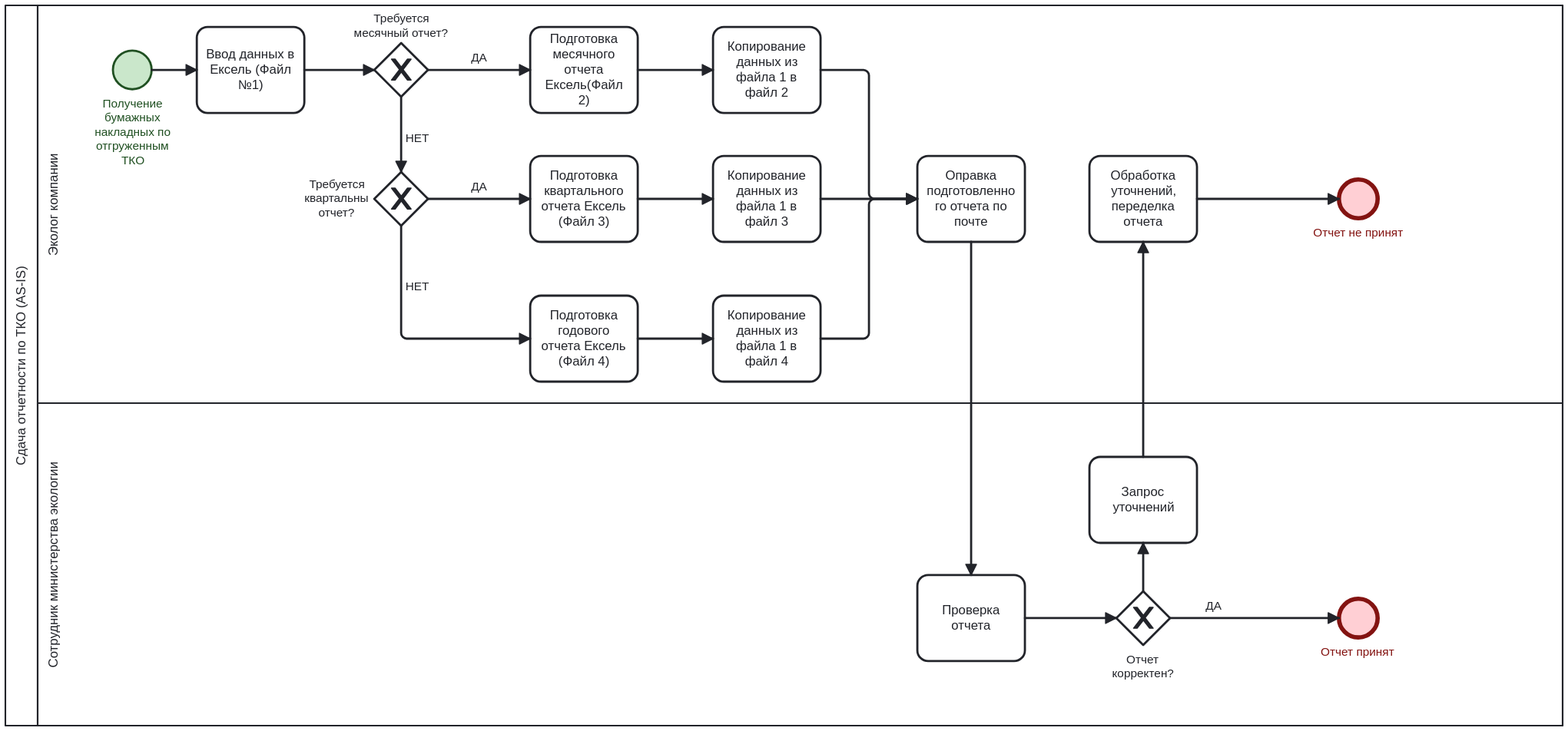
This is doc/Схема процесса AS-IS.svg from Vil1983/vanessa-TKO, a BPMN export, as it was before one commit. Its source is kept beside it as doc/Схема процесса AS-IS.bpmn. Ids are renumbered. Its diagram source:
```xml
<definitions xmlns="http://www.omg.org/spec/BPMN/20100524/MODEL" xmlns:bpmndi="http://www.omg.org/spec/BPMN/20100524/DI" xmlns:omgdi="http://www.omg.org/spec/DD/20100524/DI" xmlns:omgdc="http://www.omg.org/spec/DD/20100524/DC" xmlns:xsi="http://www.w3.org/2001/XMLSchema-instance" xmlns:bioc="http://bpmn.io/schema/bpmn/biocolor/1.0" xmlns:color="http://www.omg.org/spec/BPMN/non-normative/color/1.0" id="sid-38422fae-e03e-43a3-bef4-bd33b32041b2" targetNamespace="http://bpmn.io/bpmn" exporter="bpmn-js (https://demo.bpmn.io)" exporterVersion="18.6.1">
  <collaboration id="Collaboration_n1">
    <participant id="Participant_n2" name="Сдача отчетности по ТКО (AS-IS)" processRef="Process_1" />
  </collaboration>
  <process id="Process_1" isExecutable="false">
    <laneSet id="LaneSet_n3">
      <lane id="Lane_n4" name="Эколог компании">
        <flowNodeRef>StartEvent_n5</flowNodeRef>
        <flowNodeRef>Task_n6</flowNodeRef>
        <flowNodeRef>ExclusiveGateway_n7</flowNodeRef>
        <flowNodeRef>Activity_n8</flowNodeRef>
        <flowNodeRef>Gateway_n9</flowNodeRef>
        <flowNodeRef>Activity_n10</flowNodeRef>
        <flowNodeRef>Activity_n11</flowNodeRef>
        <flowNodeRef>Activity_n12</flowNodeRef>
        <flowNodeRef>Activity_n13</flowNodeRef>
        <flowNodeRef>Activity_n14</flowNodeRef>
        <flowNodeRef>Activity_n15</flowNodeRef>
        <flowNodeRef>Activity_n16</flowNodeRef>
        <flowNodeRef>Event_n17</flowNodeRef>
      </lane>
      <lane id="Lane_n18" name="Сотрудник министерства экологии">
        <flowNodeRef>Gateway_n19</flowNodeRef>
        <flowNodeRef>Activity_n20</flowNodeRef>
        <flowNodeRef>Activity_n21</flowNodeRef>
        <flowNodeRef>Event_n22</flowNodeRef>
      </lane>
    </laneSet>
    <startEvent id="StartEvent_n5" name="Получение бумажных накладных по отгруженным ТКО">
      <outgoing>SequenceFlow_n23</outgoing>
    </startEvent>
    <task id="Task_n6" name="Ввод данных в Ексель (Файл №1)">
      <incoming>SequenceFlow_n23</incoming>
      <outgoing>SequenceFlow_n24</outgoing>
    </task>
    <exclusiveGateway id="ExclusiveGateway_n7" name="Требуется месячный отчет?">
      <incoming>SequenceFlow_n24</incoming>
      <outgoing>Flow_n25</outgoing>
      <outgoing>Flow_n26</outgoing>
    </exclusiveGateway>
    <sequenceFlow id="SequenceFlow_n23" sourceRef="StartEvent_n5" targetRef="Task_n6" />
    <sequenceFlow id="SequenceFlow_n24" sourceRef="Task_n6" targetRef="ExclusiveGateway_n7" />
    <task id="Activity_n8" name="Подготовка месячного отчета Ексель(Файл 2)">
      <incoming>Flow_n25</incoming>
      <outgoing>Flow_n27</outgoing>
    </task>
    <sequenceFlow id="Flow_n25" name="ДА" sourceRef="ExclusiveGateway_n7" targetRef="Activity_n8" />
    <exclusiveGateway id="Gateway_n9" name="Требуется квартальны отчет?">
      <incoming>Flow_n26</incoming>
      <outgoing>Flow_n28</outgoing>
      <outgoing>Flow_n29</outgoing>
    </exclusiveGateway>
    <sequenceFlow id="Flow_n26" name="НЕТ" sourceRef="ExclusiveGateway_n7" targetRef="Gateway_n9" />
    <sequenceFlow id="Flow_n28" name="ДА" sourceRef="Gateway_n9" targetRef="Activity_n10" />
    <task id="Activity_n10" name="Подготовка квартального отчета Ексель (Файл 3)">
      <incoming>Flow_n28</incoming>
      <outgoing>Flow_n30</outgoing>
    </task>
    <task id="Activity_n11" name="Подготовка годового отчета Ексель (Файл 4)">
      <incoming>Flow_n29</incoming>
      <outgoing>Flow_n31</outgoing>
    </task>
    <sequenceFlow id="Flow_n29" name="НЕТ" sourceRef="Gateway_n9" targetRef="Activity_n11" />
    <task id="Activity_n12" name="Копирование данных из файла 1 в файл 2">
      <incoming>Flow_n27</incoming>
      <outgoing>Flow_n32</outgoing>
    </task>
    <task id="Activity_n13" name="Копирование данных из файла 1 в файл 3">
      <incoming>Flow_n30</incoming>
      <outgoing>Flow_n33</outgoing>
    </task>
    <task id="Activity_n14" name="Копирование данных из файла 1 в файл 4">
      <incoming>Flow_n31</incoming>
      <outgoing>Flow_n34</outgoing>
    </task>
    <sequenceFlow id="Flow_n31" sourceRef="Activity_n11" targetRef="Activity_n14" />
    <sequenceFlow id="Flow_n30" sourceRef="Activity_n10" targetRef="Activity_n13" />
    <sequenceFlow id="Flow_n27" sourceRef="Activity_n8" targetRef="Activity_n12" />
    <task id="Activity_n15" name="Оправка подготовленного отчета по почте">
      <incoming>Flow_n32</incoming>
      <incoming>Flow_n33</incoming>
      <incoming>Flow_n34</incoming>
      <outgoing>Flow_n35</outgoing>
    </task>
    <sequenceFlow id="Flow_n32" sourceRef="Activity_n12" targetRef="Activity_n15" />
    <sequenceFlow id="Flow_n33" sourceRef="Activity_n13" targetRef="Activity_n15" />
    <sequenceFlow id="Flow_n34" sourceRef="Activity_n14" targetRef="Activity_n15" />
    <exclusiveGateway id="Gateway_n19" name="Отчет корректен?">
      <incoming>Flow_n36</incoming>
      <outgoing>Flow_n37</outgoing>
      <outgoing>Flow_n38</outgoing>
    </exclusiveGateway>
    <task id="Activity_n20" name="Проверка отчета">
      <incoming>Flow_n35</incoming>
      <outgoing>Flow_n36</outgoing>
    </task>
    <sequenceFlow id="Flow_n37" name="ДА" sourceRef="Gateway_n19" targetRef="Event_n22" />
    <task id="Activity_n21" name="Запрос уточнений">
      <incoming>Flow_n38</incoming>
      <outgoing>Flow_n39</outgoing>
    </task>
    <task id="Activity_n16" name="Обработка уточнений, переделка отчета">
      <incoming>Flow_n39</incoming>
      <outgoing>Flow_n40</outgoing>
    </task>
    <sequenceFlow id="Flow_n35" sourceRef="Activity_n15" targetRef="Activity_n20" />
    <sequenceFlow id="Flow_n36" sourceRef="Activity_n20" targetRef="Gateway_n19" />
    <sequenceFlow id="Flow_n38" sourceRef="Gateway_n19" targetRef="Activity_n21" />
    <sequenceFlow id="Flow_n39" sourceRef="Activity_n21" targetRef="Activity_n16" />
    <endEvent id="Event_n17" name="Отчет не принят">
      <incoming>Flow_n40</incoming>
    </endEvent>
    <sequenceFlow id="Flow_n40" sourceRef="Activity_n16" targetRef="Event_n17" />
    <endEvent id="Event_n22" name="Отчет принят">
      <incoming>Flow_n37</incoming>
    </endEvent>
  </process>
  <bpmndi:BPMNDiagram id="BpmnDiagram_1">
    <bpmndi:BPMNPlane id="BpmnPlane_1" bpmnElement="Collaboration_n1">
      <bpmndi:BPMNShape id="Participant_n2_di" bpmnElement="Participant_n2" isHorizontal="true">
        <omgdc:Bounds x="152" y="60" width="1448" height="670" />
        <bpmndi:BPMNLabel />
      </bpmndi:BPMNShape>
      <bpmndi:BPMNShape id="Lane_n18_di" bpmnElement="Lane_n18" isHorizontal="true">
        <omgdc:Bounds x="182" y="430" width="1418" height="300" />
        <bpmndi:BPMNLabel />
      </bpmndi:BPMNShape>
      <bpmndi:BPMNShape id="Lane_n4_di" bpmnElement="Lane_n4" isHorizontal="true">
        <omgdc:Bounds x="182" y="60" width="1418" height="370" />
        <bpmndi:BPMNLabel />
      </bpmndi:BPMNShape>
      <bpmndi:BPMNShape id="StartEvent_n5_di" bpmnElement="StartEvent_n5" bioc:stroke="#205022" bioc:fill="#c8e6c9" color:background-color="#c8e6c9" color:border-color="#205022">
        <omgdc:Bounds x="252" y="102" width="36" height="36" />
        <bpmndi:BPMNLabel>
          <omgdc:Bounds x="235" y="145" width="71" height="66" />
        </bpmndi:BPMNLabel>
      </bpmndi:BPMNShape>
      <bpmndi:BPMNShape id="Task_n6_di" bpmnElement="Task_n6">
        <omgdc:Bounds x="330" y="80" width="100" height="80" />
        <bpmndi:BPMNLabel />
      </bpmndi:BPMNShape>
      <bpmndi:BPMNShape id="ExclusiveGateway_n7_di" bpmnElement="ExclusiveGateway_n7" isMarkerVisible="true">
        <omgdc:Bounds x="495" y="95" width="50" height="50" />
        <bpmndi:BPMNLabel>
          <omgdc:Bounds x="476" y="66" width="88" height="27" />
        </bpmndi:BPMNLabel>
      </bpmndi:BPMNShape>
      <bpmndi:BPMNShape id="Activity_n8_di" bpmnElement="Activity_n8">
        <omgdc:Bounds x="640" y="80" width="100" height="80" />
        <bpmndi:BPMNLabel />
      </bpmndi:BPMNShape>
      <bpmndi:BPMNShape id="Gateway_n9_di" bpmnElement="Gateway_n9" isMarkerVisible="true">
        <omgdc:Bounds x="495" y="215" width="50" height="50" />
        <bpmndi:BPMNLabel>
          <omgdc:Bounds x="430" y="220" width="60" height="40" />
        </bpmndi:BPMNLabel>
      </bpmndi:BPMNShape>
      <bpmndi:BPMNShape id="Activity_n10_di" bpmnElement="Activity_n10">
        <omgdc:Bounds x="640" y="200" width="100" height="80" />
        <bpmndi:BPMNLabel />
      </bpmndi:BPMNShape>
      <bpmndi:BPMNShape id="Activity_n11_di" bpmnElement="Activity_n11">
        <omgdc:Bounds x="640" y="330" width="100" height="80" />
        <bpmndi:BPMNLabel />
      </bpmndi:BPMNShape>
      <bpmndi:BPMNShape id="Activity_n12_di" bpmnElement="Activity_n12">
        <omgdc:Bounds x="810" y="80" width="100" height="80" />
        <bpmndi:BPMNLabel />
      </bpmndi:BPMNShape>
      <bpmndi:BPMNShape id="Activity_n13_di" bpmnElement="Activity_n13">
        <omgdc:Bounds x="810" y="200" width="100" height="80" />
        <bpmndi:BPMNLabel />
      </bpmndi:BPMNShape>
      <bpmndi:BPMNShape id="Activity_n14_di" bpmnElement="Activity_n14">
        <omgdc:Bounds x="810" y="330" width="100" height="80" />
        <bpmndi:BPMNLabel />
      </bpmndi:BPMNShape>
      <bpmndi:BPMNShape id="Activity_n15_di" bpmnElement="Activity_n15">
        <omgdc:Bounds x="1000" y="200" width="100" height="80" />
        <bpmndi:BPMNLabel />
      </bpmndi:BPMNShape>
      <bpmndi:BPMNShape id="Gateway_n19_di" bpmnElement="Gateway_n19" isMarkerVisible="true">
        <omgdc:Bounds x="1185" y="605" width="50" height="50" />
        <bpmndi:BPMNLabel>
          <omgdc:Bounds x="1181" y="662" width="58" height="27" />
        </bpmndi:BPMNLabel>
      </bpmndi:BPMNShape>
      <bpmndi:BPMNShape id="Activity_n20_di" bpmnElement="Activity_n20">
        <omgdc:Bounds x="1000" y="590" width="100" height="80" />
        <bpmndi:BPMNLabel />
      </bpmndi:BPMNShape>
      <bpmndi:BPMNShape id="Activity_n21_di" bpmnElement="Activity_n21">
        <omgdc:Bounds x="1160" y="480" width="100" height="80" />
        <bpmndi:BPMNLabel />
      </bpmndi:BPMNShape>
      <bpmndi:BPMNShape id="Activity_n16_di" bpmnElement="Activity_n16">
        <omgdc:Bounds x="1160" y="200" width="100" height="80" />
        <bpmndi:BPMNLabel />
      </bpmndi:BPMNShape>
      <bpmndi:BPMNShape id="Event_n17_di" bpmnElement="Event_n17" bioc:stroke="#831311" bioc:fill="#ffcdd2" color:background-color="#ffcdd2" color:border-color="#831311">
        <omgdc:Bounds x="1392" y="222" width="36" height="36" />
        <bpmndi:BPMNLabel>
          <omgdc:Bounds x="1368" y="265" width="85" height="14" />
        </bpmndi:BPMNLabel>
      </bpmndi:BPMNShape>
      <bpmndi:BPMNShape id="Event_n22_di" bpmnElement="Event_n22" bioc:stroke="#831311" bioc:fill="#ffcdd2" color:background-color="#ffcdd2" color:border-color="#831311">
        <omgdc:Bounds x="1392" y="612" width="36" height="36" />
        <bpmndi:BPMNLabel>
          <omgdc:Bounds x="1375" y="655" width="70" height="14" />
        </bpmndi:BPMNLabel>
      </bpmndi:BPMNShape>
      <bpmndi:BPMNEdge id="SequenceFlow_n23_di" bpmnElement="SequenceFlow_n23">
        <omgdi:waypoint x="288" y="120" />
        <omgdi:waypoint x="330" y="120" />
      </bpmndi:BPMNEdge>
      <bpmndi:BPMNEdge id="SequenceFlow_n24_di" bpmnElement="SequenceFlow_n24">
        <omgdi:waypoint x="430" y="120" />
        <omgdi:waypoint x="495" y="120" />
      </bpmndi:BPMNEdge>
      <bpmndi:BPMNEdge id="Flow_n25_di" bpmnElement="Flow_n25">
        <omgdi:waypoint x="545" y="120" />
        <omgdi:waypoint x="640" y="120" />
        <bpmndi:BPMNLabel>
          <omgdc:Bounds x="585" y="102" width="15" height="14" />
        </bpmndi:BPMNLabel>
      </bpmndi:BPMNEdge>
      <bpmndi:BPMNEdge id="Flow_n26_di" bpmnElement="Flow_n26">
        <omgdi:waypoint x="520" y="145" />
        <omgdi:waypoint x="520" y="215" />
        <bpmndi:BPMNLabel>
          <omgdc:Bounds x="524" y="177" width="23" height="14" />
        </bpmndi:BPMNLabel>
      </bpmndi:BPMNEdge>
      <bpmndi:BPMNEdge id="Flow_n28_di" bpmnElement="Flow_n28">
        <omgdi:waypoint x="545" y="240" />
        <omgdi:waypoint x="640" y="240" />
        <bpmndi:BPMNLabel>
          <omgdc:Bounds x="585" y="222" width="15" height="14" />
        </bpmndi:BPMNLabel>
      </bpmndi:BPMNEdge>
      <bpmndi:BPMNEdge id="Flow_n29_di" bpmnElement="Flow_n29">
        <omgdi:waypoint x="520" y="265" />
        <omgdi:waypoint x="520" y="370" />
        <omgdi:waypoint x="640" y="370" />
        <bpmndi:BPMNLabel>
          <omgdc:Bounds x="524" y="315" width="23" height="14" />
        </bpmndi:BPMNLabel>
      </bpmndi:BPMNEdge>
      <bpmndi:BPMNEdge id="Flow_n31_di" bpmnElement="Flow_n31">
        <omgdi:waypoint x="740" y="370" />
        <omgdi:waypoint x="810" y="370" />
      </bpmndi:BPMNEdge>
      <bpmndi:BPMNEdge id="Flow_n30_di" bpmnElement="Flow_n30">
        <omgdi:waypoint x="740" y="240" />
        <omgdi:waypoint x="810" y="240" />
      </bpmndi:BPMNEdge>
      <bpmndi:BPMNEdge id="Flow_n27_di" bpmnElement="Flow_n27">
        <omgdi:waypoint x="740" y="120" />
        <omgdi:waypoint x="810" y="120" />
      </bpmndi:BPMNEdge>
      <bpmndi:BPMNEdge id="Flow_n32_di" bpmnElement="Flow_n32">
        <omgdi:waypoint x="910" y="120" />
        <omgdi:waypoint x="955" y="120" />
        <omgdi:waypoint x="955" y="240" />
        <omgdi:waypoint x="1000" y="240" />
      </bpmndi:BPMNEdge>
      <bpmndi:BPMNEdge id="Flow_n33_di" bpmnElement="Flow_n33">
        <omgdi:waypoint x="910" y="240" />
        <omgdi:waypoint x="1000" y="240" />
      </bpmndi:BPMNEdge>
      <bpmndi:BPMNEdge id="Flow_n34_di" bpmnElement="Flow_n34">
        <omgdi:waypoint x="910" y="370" />
        <omgdi:waypoint x="955" y="370" />
        <omgdi:waypoint x="955" y="240" />
        <omgdi:waypoint x="1000" y="240" />
      </bpmndi:BPMNEdge>
      <bpmndi:BPMNEdge id="Flow_n37_di" bpmnElement="Flow_n37">
        <omgdi:waypoint x="1235" y="630" />
        <omgdi:waypoint x="1392" y="630" />
        <bpmndi:BPMNLabel>
          <omgdc:Bounds x="1268" y="612" width="15" height="14" />
        </bpmndi:BPMNLabel>
      </bpmndi:BPMNEdge>
      <bpmndi:BPMNEdge id="Flow_n35_di" bpmnElement="Flow_n35">
        <omgdi:waypoint x="1050" y="280" />
        <omgdi:waypoint x="1050" y="590" />
      </bpmndi:BPMNEdge>
      <bpmndi:BPMNEdge id="Flow_n36_di" bpmnElement="Flow_n36">
        <omgdi:waypoint x="1100" y="630" />
        <omgdi:waypoint x="1185" y="630" />
      </bpmndi:BPMNEdge>
      <bpmndi:BPMNEdge id="Flow_n38_di" bpmnElement="Flow_n38">
        <omgdi:waypoint x="1210" y="605" />
        <omgdi:waypoint x="1210" y="560" />
      </bpmndi:BPMNEdge>
      <bpmndi:BPMNEdge id="Flow_n39_di" bpmnElement="Flow_n39">
        <omgdi:waypoint x="1210" y="480" />
        <omgdi:waypoint x="1210" y="280" />
      </bpmndi:BPMNEdge>
      <bpmndi:BPMNEdge id="Flow_n40_di" bpmnElement="Flow_n40">
        <omgdi:waypoint x="1260" y="240" />
        <omgdi:waypoint x="1392" y="240" />
      </bpmndi:BPMNEdge>
    </bpmndi:BPMNPlane>
  </bpmndi:BPMNDiagram>
</definitions>
```
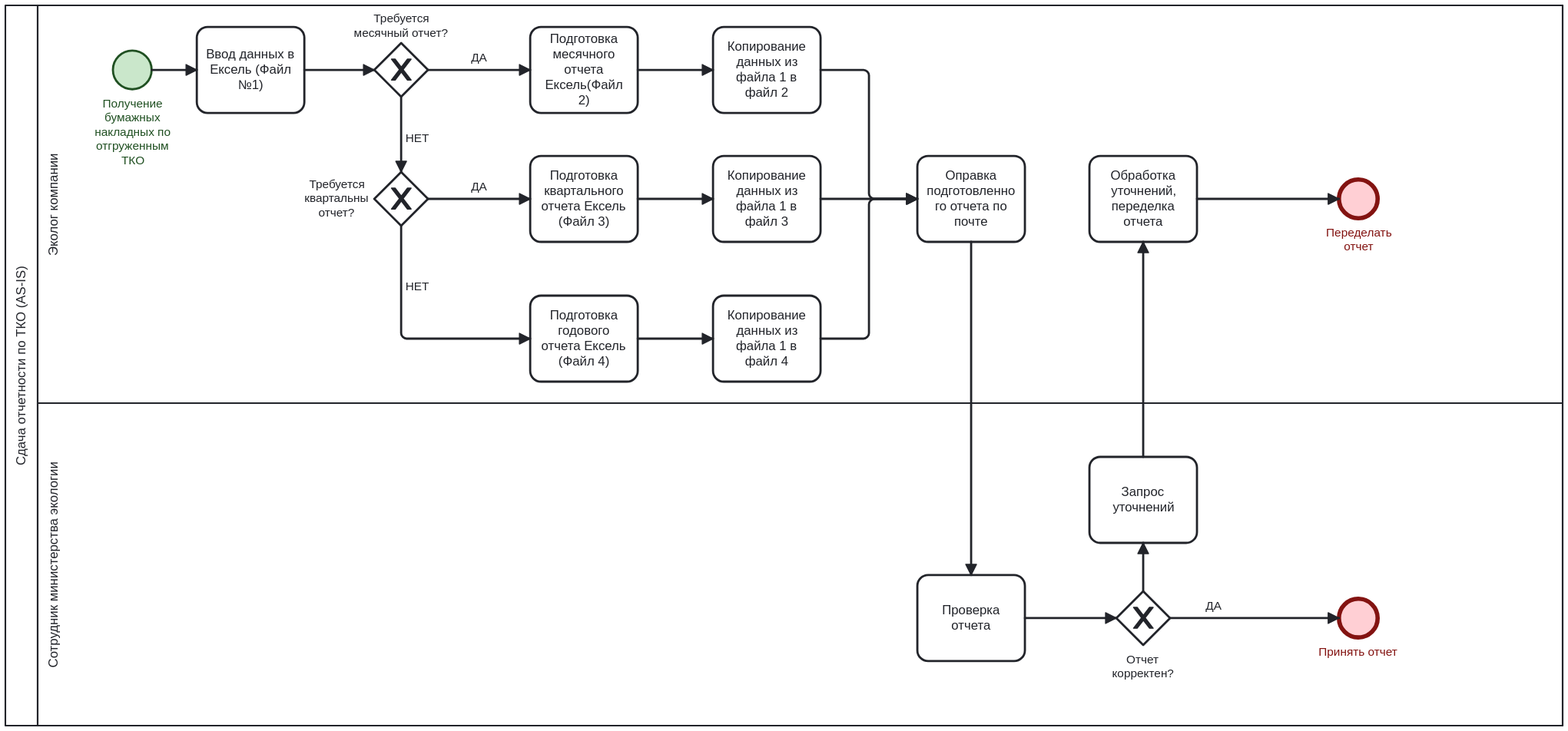
The same diagram one commit later.

Commit message:
Заменены схемы BPMN

The edit, as a diff of the source:
```diff
@@ -107,11 +107,11 @@
     <sequenceFlow id="Flow_n36" sourceRef="Activity_n20" targetRef="Gateway_n19" />
     <sequenceFlow id="Flow_n38" sourceRef="Gateway_n19" targetRef="Activity_n21" />
     <sequenceFlow id="Flow_n39" sourceRef="Activity_n21" targetRef="Activity_n16" />
-    <endEvent id="Event_n17" name="Отчет не принят">
+    <endEvent id="Event_n17" name="Переделать отчет">
       <incoming>Flow_n40</incoming>
     </endEvent>
     <sequenceFlow id="Flow_n40" sourceRef="Activity_n16" targetRef="Event_n17" />
-    <endEvent id="Event_n22" name="Отчет принят">
+    <endEvent id="Event_n22" name="Принять отчет">
       <incoming>Flow_n37</incoming>
     </endEvent>
   </process>
@@ -200,13 +200,13 @@
       <bpmndi:BPMNShape id="Event_n17_di" bpmnElement="Event_n17" bioc:stroke="#831311" bioc:fill="#ffcdd2" color:background-color="#ffcdd2" color:border-color="#831311">
         <omgdc:Bounds x="1392" y="222" width="36" height="36" />
         <bpmndi:BPMNLabel>
-          <omgdc:Bounds x="1368" y="265" width="85" height="14" />
+          <omgdc:Bounds x="1380" y="265" width="62" height="27" />
         </bpmndi:BPMNLabel>
       </bpmndi:BPMNShape>
       <bpmndi:BPMNShape id="Event_n22_di" bpmnElement="Event_n22" bioc:stroke="#831311" bioc:fill="#ffcdd2" color:background-color="#ffcdd2" color:border-color="#831311">
         <omgdc:Bounds x="1392" y="612" width="36" height="36" />
         <bpmndi:BPMNLabel>
-          <omgdc:Bounds x="1375" y="655" width="70" height="14" />
+          <omgdc:Bounds x="1373" y="655" width="75" height="14" />
         </bpmndi:BPMNLabel>
       </bpmndi:BPMNShape>
       <bpmndi:BPMNEdge id="SequenceFlow_n23_di" bpmnElement="SequenceFlow_n23">
```
